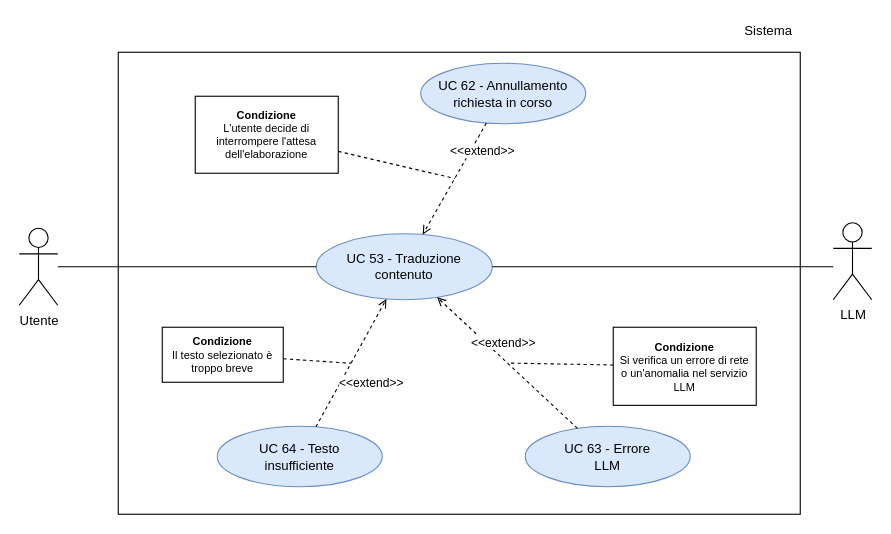
This is RTB/doc_esterna/analisi-dei-requisiti/assets/draw.io/UC53.drawio from thebitless-group-swe/thebitless.github.io, a draw.io file, before an edit. Source tidied: cells renumbered, new cells numbered last; positions are measured from the earlier drawing's top-left corner, leaving out a move shared by most shapes. Both pictures are drawn from the tidied source at 110%, with x=0, y=0 at pixel (19, 19).
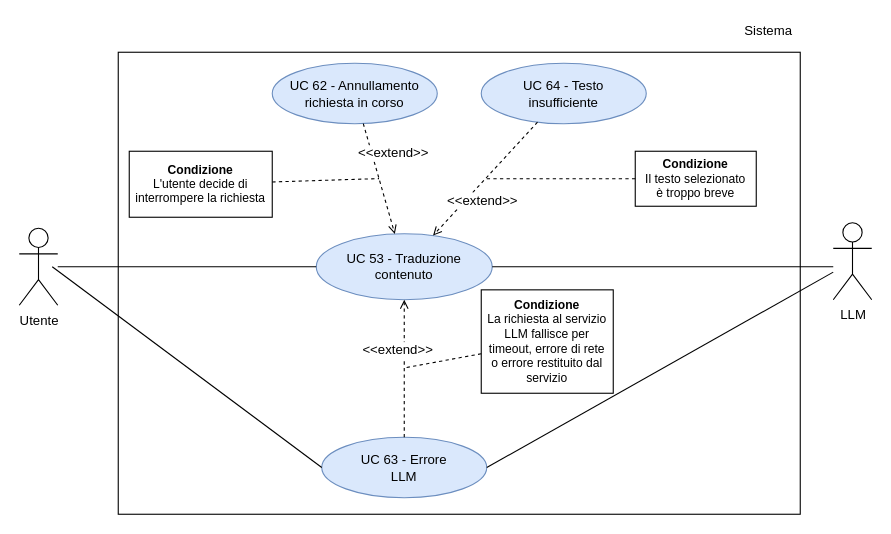
After the change.

What changed in the source:
```diff
@@
-    <mxCell id="2" value="&lt;font style=&quot;font-size: 12px;&quot;&gt;Utente&lt;/font&gt;" style="shape=umlActor;verticalLabelPosition=bottom;verticalAlign=top;html=1;outlineConnect=0;fontSize=10;" parent="1" vertex="1">
+    <mxCell id="2" value="&lt;font&gt;Utente&lt;/font&gt;" style="shape=umlActor;verticalLabelPosition=bottom;verticalAlign=top;html=1;outlineConnect=0;fontSize=12;" parent="1" vertex="1">
       <mxGeometry y="190" width="35" height="70" as="geometry" />
     </mxCell>
-    <mxCell id="3" style="rounded=0;whiteSpace=wrap;html=1;strokeWidth=1;" parent="1" vertex="1">
+    <mxCell id="3" style="rounded=0;whiteSpace=wrap;html=1;strokeWidth=1;fontSize=12;" parent="1" vertex="1">
       <mxGeometry x="90" y="30" width="620" height="420" as="geometry" />
     </mxCell>
-    <mxCell id="4" value="&lt;font style=&quot;font-size: 12px;&quot;&gt;Sistema&lt;/font&gt;" style="text;html=1;whiteSpace=wrap;strokeColor=none;fillColor=none;align=right;verticalAlign=middle;fontSize=10;" parent="1" vertex="1">
+    <mxCell id="4" value="&lt;font&gt;Sistema&lt;/font&gt;" style="text;html=1;whiteSpace=wrap;strokeColor=none;fillColor=none;align=right;verticalAlign=middle;fontSize=12;" parent="1" vertex="1">
       <mxGeometry x="640" width="65" height="22" as="geometry" />
     </mxCell>
-    <mxCell id="5" value="&lt;font style=&quot;&quot;&gt;&lt;font style=&quot;font-size: 12px;&quot;&gt;UC 53 - Traduzione contenuto&lt;/font&gt;&lt;br&gt;&lt;/font&gt;" style="ellipse;whiteSpace=wrap;html=1;fillColor=#dae8fc;strokeColor=#6c8ebf;fontSize=10;" parent="1" vertex="1">
+    <mxCell id="5" value="&lt;font&gt;UC 53 - Traduzione contenuto&lt;/font&gt;" style="ellipse;whiteSpace=wrap;html=1;fillColor=#dae8fc;strokeColor=#6c8ebf;fontSize=12;" parent="1" vertex="1">
       <mxGeometry x="270" y="195" width="160" height="60" as="geometry" />
     </mxCell>
-    <mxCell id="6" value="&lt;font style=&quot;font-size: 12px;&quot;&gt;UC 62 - Annullamento&lt;br&gt;richiesta in corso&lt;/font&gt;" style="ellipse;whiteSpace=wrap;html=1;fillColor=#dae8fc;strokeColor=#6c8ebf;fontSize=10;" parent="1" vertex="1">
-      <mxGeometry x="365" y="40" width="150" height="55" as="geometry" />
+    <mxCell id="6" value="&lt;font&gt;UC 62 - Annullamento&lt;br&gt;richiesta in corso&lt;/font&gt;" style="ellipse;whiteSpace=wrap;html=1;fillColor=#dae8fc;strokeColor=#6c8ebf;fontSize=12;" parent="1" vertex="1">
+      <mxGeometry x="230" y="40" width="150" height="55" as="geometry" />
     </mxCell>
-    <mxCell id="7" value="&lt;font style=&quot;font-size: 12px;&quot;&gt;UC 63 - Errore&lt;br&gt;LLM&lt;/font&gt;" style="ellipse;whiteSpace=wrap;html=1;fillColor=#dae8fc;strokeColor=#6c8ebf;fontSize=10;" parent="1" vertex="1">
-      <mxGeometry x="460" y="370" width="150" height="55" as="geometry" />
+    <mxCell id="7" value="&lt;font&gt;UC 63 - Errore&lt;br&gt;LLM&lt;/font&gt;" style="ellipse;whiteSpace=wrap;html=1;fillColor=#dae8fc;strokeColor=#6c8ebf;fontSize=12;" parent="1" vertex="1">
+      <mxGeometry x="275" y="380" width="150" height="55" as="geometry" />
     </mxCell>
-    <mxCell id="8" value="&lt;font style=&quot;font-size: 12px;&quot;&gt;UC 64 - Testo&lt;br&gt;insufficiente&lt;/font&gt;" style="ellipse;whiteSpace=wrap;html=1;fillColor=#dae8fc;strokeColor=#6c8ebf;fontSize=10;" parent="1" vertex="1">
-      <mxGeometry x="180" y="370" width="150" height="55" as="geometry" />
+    <mxCell id="8" value="&lt;font&gt;UC 64 - Testo&lt;br&gt;insufficiente&lt;/font&gt;" style="ellipse;whiteSpace=wrap;html=1;fillColor=#dae8fc;strokeColor=#6c8ebf;fontSize=12;" parent="1" vertex="1">
+      <mxGeometry x="420" y="40" width="150" height="55" as="geometry" />
     </mxCell>
-    <mxCell id="9" style="edgeStyle=none;rounded=0;jettySize=auto;html=1;endArrow=none;endFill=0;" parent="1" edge="1" source="2" target="5">
+    <mxCell id="9" style="edgeStyle=none;rounded=0;jettySize=auto;html=1;endArrow=none;endFill=0;fontSize=12;" parent="1" edge="1" source="2" target="5">
       <mxGeometry relative="1" as="geometry" />
     </mxCell>
-    <mxCell id="10" style="edgeStyle=none;rounded=0;jettySize=auto;html=1;endArrow=none;endFill=0;" parent="1" edge="1" source="5">
+    <mxCell id="10" style="edgeStyle=none;rounded=0;jettySize=auto;html=1;endArrow=none;endFill=0;fontSize=12;" parent="1" edge="1" source="5">
       <mxGeometry relative="1" as="geometry">
         <mxPoint x="740" y="225" as="targetPoint" />
       </mxGeometry>
     </mxCell>
-    <mxCell id="11" style="dashed=1;endArrow=open;endFill=0;html=1;rounded=0;" parent="1" edge="1" source="6" target="5">
+    <mxCell id="11" style="dashed=1;endArrow=open;endFill=0;html=1;rounded=0;fontSize=12;" parent="1" edge="1" source="6" target="5">
       <mxGeometry relative="1" as="geometry" />
     </mxCell>
-    <mxCell id="12" value="&lt;font style=&quot;font-size: 11px;&quot;&gt;&amp;lt;&amp;lt;extend&amp;gt;&amp;gt;&lt;/font&gt;" style="edgeLabel;html=1;align=center;verticalAlign=middle;fontSize=10;" parent="11" vertex="1">
+    <mxCell id="12" value="&lt;font&gt;&amp;lt;&amp;lt;extend&amp;gt;&amp;gt;&lt;/font&gt;" style="edgeLabel;html=1;align=center;verticalAlign=middle;fontSize=12;" parent="11" vertex="1">
       <mxGeometry x="-0.05" y="-1" relative="1" as="geometry">
-        <mxPoint x="24" y="-22" as="offset" />
+        <mxPoint x="14" y="-22" as="offset" />
       </mxGeometry>
     </mxCell>
-    <mxCell id="13" style="dashed=1;endArrow=open;endFill=0;html=1;rounded=0;" parent="1" edge="1" source="7" target="5">
+    <mxCell id="13" style="dashed=1;endArrow=open;endFill=0;html=1;rounded=0;fontSize=12;" parent="1" edge="1" source="7" target="5">
       <mxGeometry relative="1" as="geometry" />
     </mxCell>
-    <mxCell id="14" value="&lt;font style=&quot;font-size: 11px;&quot;&gt;&amp;lt;&amp;lt;extend&amp;gt;&amp;gt;&lt;/font&gt;" style="edgeLabel;html=1;align=center;verticalAlign=middle;fontSize=10;" parent="13" vertex="1">
+    <mxCell id="14" value="&lt;font&gt;&amp;lt;&amp;lt;&lt;/font&gt;&lt;font&gt;extend&lt;/font&gt;&lt;font&gt;&amp;gt;&amp;gt;&lt;/font&gt;" style="edgeLabel;html=1;align=center;verticalAlign=middle;fontSize=12;" parent="13" vertex="1">
       <mxGeometry x="-0.05" y="-1" relative="1" as="geometry">
         <mxPoint x="-8" y="-21" as="offset" />
       </mxGeometry>
     </mxCell>
-    <mxCell id="15" style="dashed=1;endArrow=open;endFill=0;html=1;rounded=0;" parent="1" edge="1" source="8" target="5">
+    <mxCell id="15" style="dashed=1;endArrow=open;endFill=0;html=1;rounded=0;fontSize=12;" parent="1" edge="1" source="8" target="5">
       <mxGeometry relative="1" as="geometry" />
     </mxCell>
-    <mxCell id="16" value="&lt;font style=&quot;font-size: 11px;&quot;&gt;&amp;lt;&amp;lt;extend&amp;gt;&amp;gt;&lt;/font&gt;" style="edgeLabel;html=1;align=center;verticalAlign=middle;fontSize=10;" parent="15" vertex="1">
+    <mxCell id="16" value="&lt;font&gt;&amp;lt;&amp;lt;extend&amp;gt;&amp;gt;&lt;/font&gt;" style="edgeLabel;html=1;align=center;verticalAlign=middle;fontSize=12;" parent="15" vertex="1">
       <mxGeometry x="-0.05" y="1" relative="1" as="geometry">
-        <mxPoint x="20" y="16" as="offset" />
+        <mxPoint x="-6" y="21" as="offset" />
       </mxGeometry>
     </mxCell>
-    <mxCell id="17" value="&lt;b&gt;Condizione&lt;/b&gt;&lt;br&gt;L'utente decide di interrompere l'attesa dell'elaborazione" style="rounded=0;whiteSpace=wrap;html=1;fillColor=#ffffff;strokeColor=#000000;fontSize=10;align=center;verticalAlign=middle;spacing=6;" parent="1" vertex="1">
-      <mxGeometry x="160" y="70" width="130" height="70" as="geometry" />
+    <mxCell id="17" value="&lt;b&gt;Condizione&lt;/b&gt;&lt;br&gt;L'utente decide di interrompere la richiesta" style="rounded=0;whiteSpace=wrap;html=1;fillColor=#ffffff;strokeColor=#000000;fontSize=11;align=center;verticalAlign=middle;spacing=6;" parent="1" vertex="1">
+      <mxGeometry x="100" y="120" width="130" height="60" as="geometry" />
     </mxCell>
-    <mxCell id="18" value="&lt;b&gt;Condizione&lt;/b&gt;&lt;br&gt;Si verifica un errore di rete o un'anomalia nel servizio LLM" style="rounded=0;whiteSpace=wrap;html=1;fillColor=#ffffff;strokeColor=#000000;fontSize=10;align=center;verticalAlign=middle;spacing=6;" parent="1" vertex="1">
-      <mxGeometry x="540" y="280" width="130" height="71" as="geometry" />
+    <mxCell id="18" value="&lt;b&gt;Condizione&lt;/b&gt;&lt;br&gt;&lt;div&gt;La richiesta al servizio LLM fallisce per timeout, errore di rete o errore restituito dal servizio&lt;/div&gt;" style="rounded=0;whiteSpace=wrap;html=1;fillColor=#ffffff;strokeColor=#000000;fontSize=11;align=center;verticalAlign=middle;spacing=6;" parent="1" vertex="1">
+      <mxGeometry x="420" y="246" width="120" height="94" as="geometry" />
     </mxCell>
-    <mxCell id="19" value="&lt;b&gt;Condizione&lt;/b&gt;&lt;br&gt;Il testo selezionato è troppo breve" style="rounded=0;whiteSpace=wrap;html=1;fillColor=#ffffff;strokeColor=#000000;fontSize=10;align=center;verticalAlign=middle;spacing=6;" parent="1" vertex="1">
-      <mxGeometry x="130" y="280" width="110" height="50" as="geometry" />
+    <mxCell id="19" value="&lt;b&gt;Condizione&lt;/b&gt;&lt;br&gt;Il testo selezionato è troppo breve" style="rounded=0;whiteSpace=wrap;html=1;fillColor=#ffffff;strokeColor=#000000;fontSize=11;align=center;verticalAlign=middle;spacing=6;" parent="1" vertex="1">
+      <mxGeometry x="560" y="120" width="110" height="50" as="geometry" />
     </mxCell>
-    <mxCell id="20" style="dashed=1;endArrow=none;html=1;rounded=0;strokeWidth=1;" parent="1" edge="1" source="17" target="11">
+    <mxCell id="20" style="dashed=1;endArrow=none;html=1;rounded=0;strokeWidth=1;fontSize=12;" parent="1" edge="1" source="17" target="11">
       <mxGeometry relative="1" as="geometry" />
     </mxCell>
-    <mxCell id="21" style="dashed=1;endArrow=none;html=1;rounded=0;strokeWidth=1;" parent="1" edge="1" source="18" target="13">
+    <mxCell id="21" style="dashed=1;endArrow=none;html=1;rounded=0;strokeWidth=1;fontSize=12;" parent="1" edge="1" source="18" target="13">
       <mxGeometry relative="1" as="geometry" />
     </mxCell>
-    <mxCell id="22" style="dashed=1;endArrow=none;html=1;rounded=0;strokeWidth=1;" parent="1" edge="1" source="19" target="15">
+    <mxCell id="22" style="dashed=1;endArrow=none;html=1;rounded=0;strokeWidth=1;fontSize=12;" parent="1" edge="1" source="19" target="15">
       <mxGeometry relative="1" as="geometry" />
     </mxCell>
-    <mxCell id="23" value="&lt;font style=&quot;font-size: 12px;&quot;&gt;LLM&lt;/font&gt;" style="shape=umlActor;verticalLabelPosition=bottom;verticalAlign=top;html=1;outlineConnect=0;fontSize=10;" parent="1" vertex="1">
+    <mxCell id="23" value="&lt;font&gt;LLM&lt;/font&gt;" style="shape=umlActor;verticalLabelPosition=bottom;verticalAlign=top;html=1;outlineConnect=0;fontSize=12;" parent="1" vertex="1">
       <mxGeometry x="740" y="185" width="35" height="70" as="geometry" />
     </mxCell>
+    <mxCell id="24" style="edgeStyle=none;rounded=0;jettySize=auto;html=1;endArrow=none;endFill=0;entryX=0;entryY=0.5;entryDx=0;entryDy=0;fontSize=12;" parent="1" edge="1" target="7">
+      <mxGeometry relative="1" as="geometry">
+        <mxPoint x="30" y="225" as="sourcePoint" />
+      </mxGeometry>
+    </mxCell>
+    <mxCell id="25" style="edgeStyle=none;rounded=0;jettySize=auto;html=1;endArrow=none;endFill=0;exitX=1;exitY=0.5;exitDx=0;exitDy=0;fontSize=12;" parent="1" edge="1" source="7" target="23">
+      <mxGeometry relative="1" as="geometry" />
+    </mxCell>
```
